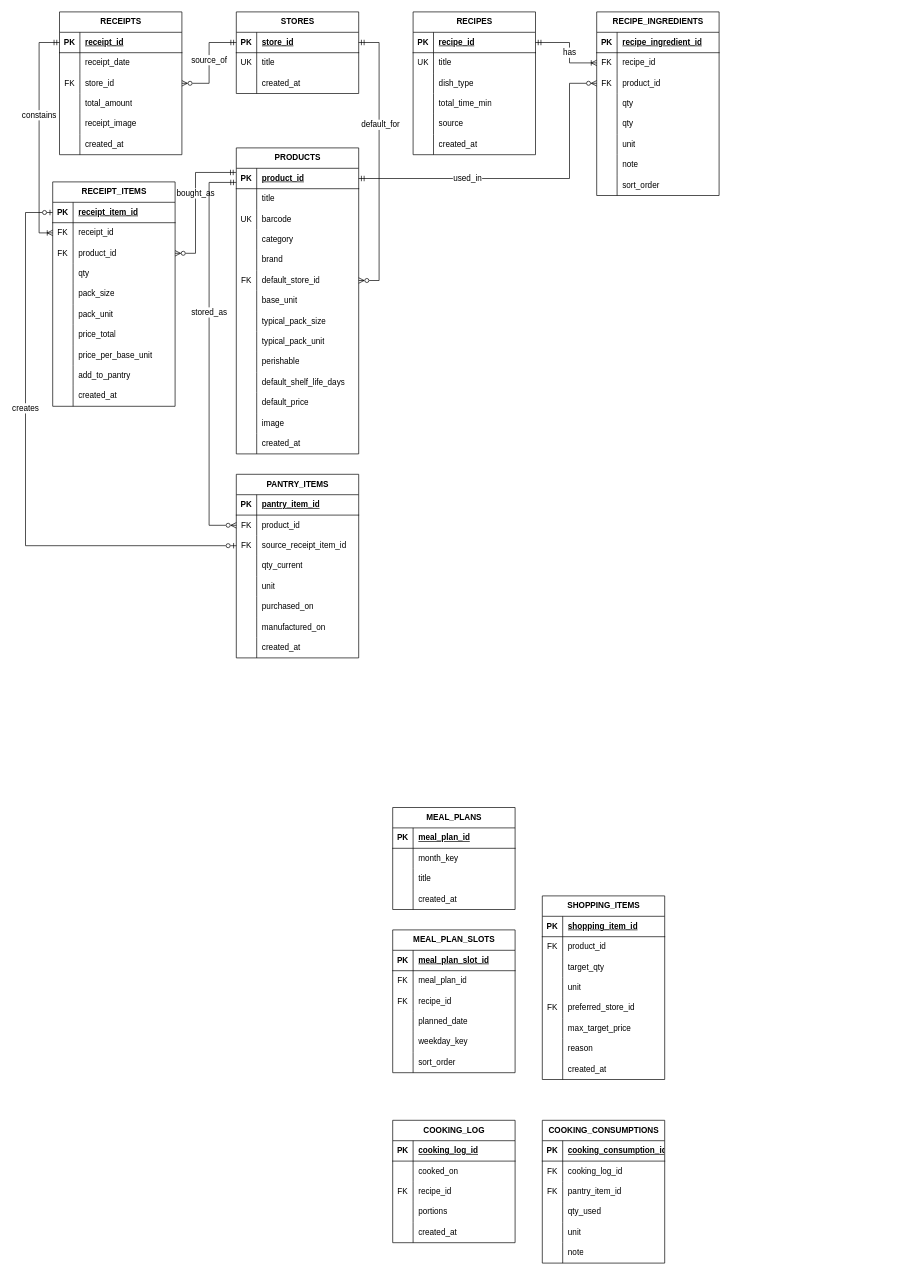
Before: Projects/Еда/Docs/Диаграмма без названия.drawio in smeryse/Knowledge-Base, a draw.io diagram. Source tidied: cells renumbered, new cells numbered last; positions are measured from the earlier drawing's top-left corner, leaving out a move shared by most shapes. Both pictures are drawn from the tidied source at 68%, with x=0, y=0 at pixel (25, 12).
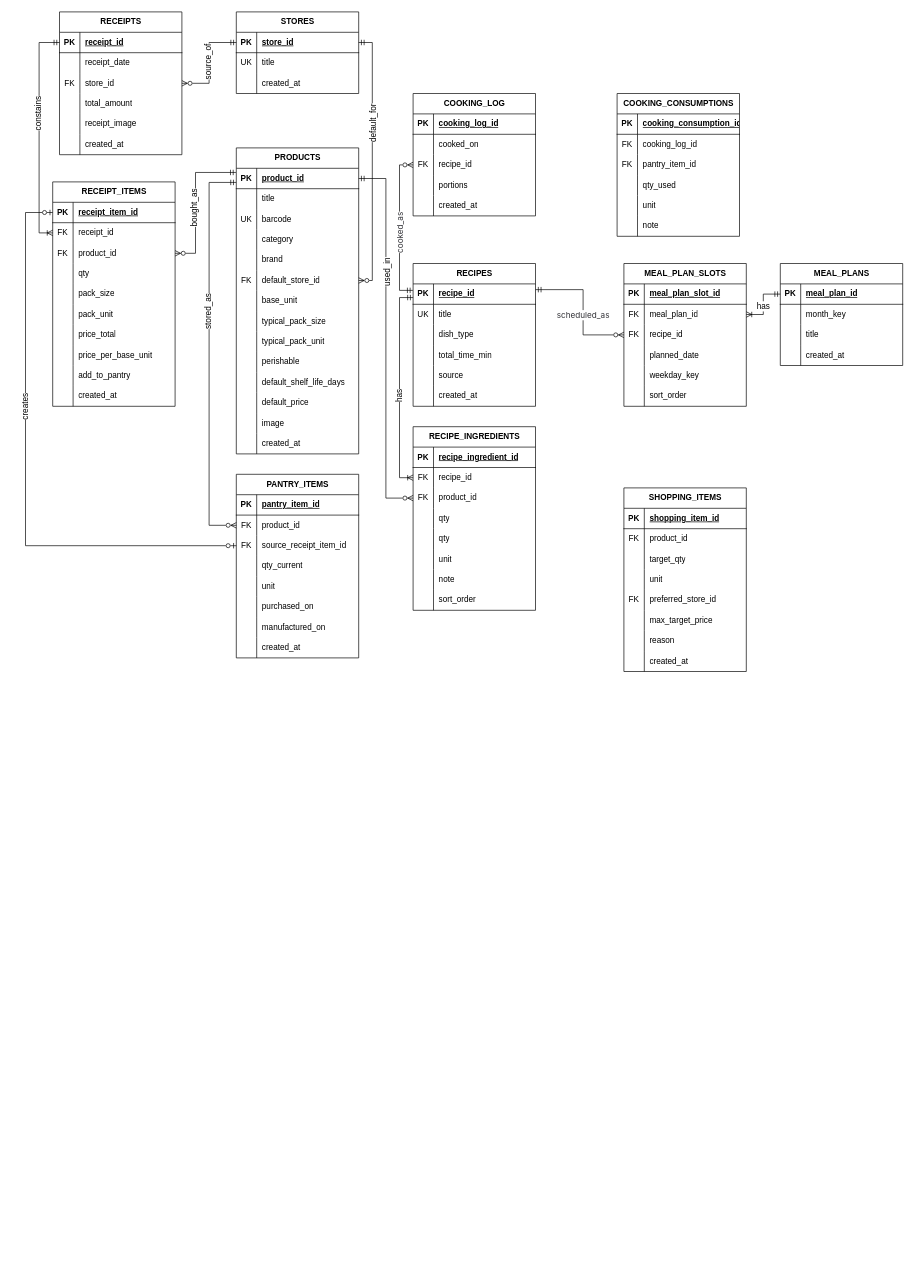
After the change.

Unchanged cells that the change refers to:
```xml
<mxCell id="22" style="shape=tableRow;horizontal=0;startSize=0;swimlaneHead=0;swimlaneBody=0;fillColor=none;points=[[0,0.5],[1,0.5]];portConstraint=eastwest;top=0;left=0;right=0;bottom=1;" parent="21" vertex="1">
  <mxGeometry y="30" width="180" height="30" as="geometry" />
</mxCell>
<mxCell id="44" style="shape=tableRow;horizontal=0;startSize=0;swimlaneHead=0;swimlaneBody=0;fillColor=none;points=[[0,0.5],[1,0.5]];portConstraint=eastwest;top=0;left=0;right=0;bottom=0;" parent="40" vertex="1">
  <mxGeometry y="60" width="180" height="30" as="geometry" />
</mxCell>
<mxCell id="47" style="shape=tableRow;horizontal=0;startSize=0;swimlaneHead=0;swimlaneBody=0;fillColor=none;points=[[0,0.5],[1,0.5]];portConstraint=eastwest;top=0;left=0;right=0;bottom=0;" parent="40" vertex="1">
  <mxGeometry y="90" width="180" height="30" as="geometry" />
</mxCell>
<mxCell id="97" style="shape=tableRow;horizontal=0;startSize=0;swimlaneHead=0;swimlaneBody=0;fillColor=none;points=[[0,0.5],[1,0.5]];portConstraint=eastwest;top=0;left=0;right=0;bottom=1;" parent="96" vertex="1">
  <mxGeometry y="30" width="180" height="30" as="geometry" />
</mxCell>
<mxCell id="107" style="shape=tableRow;horizontal=0;startSize=0;swimlaneHead=0;swimlaneBody=0;fillColor=none;points=[[0,0.5],[1,0.5]];portConstraint=eastwest;top=0;left=0;right=0;bottom=1;" parent="106" vertex="1">
  <mxGeometry y="30" width="180" height="30" as="geometry" />
</mxCell>
<mxCell id="122" style="shape=tableRow;horizontal=0;startSize=0;swimlaneHead=0;swimlaneBody=0;fillColor=none;points=[[0,0.5],[1,0.5]];portConstraint=eastwest;top=0;left=0;right=0;bottom=0;" parent="106" vertex="1">
  <mxGeometry y="180" width="180" height="30" as="geometry" />
</mxCell>
<mxCell id="150" style="shape=tableRow;horizontal=0;startSize=0;swimlaneHead=0;swimlaneBody=0;fillColor=none;points=[[0,0.5],[1,0.5]];portConstraint=eastwest;top=0;left=0;right=0;bottom=1;" parent="149" vertex="1">
  <mxGeometry y="30" width="180" height="30" as="geometry" />
</mxCell>
<mxCell id="166" style="shape=tableRow;horizontal=0;startSize=0;swimlaneHead=0;swimlaneBody=0;fillColor=none;points=[[0,0.5],[1,0.5]];portConstraint=eastwest;top=0;left=0;right=0;bottom=0;" parent="162" vertex="1">
  <mxGeometry y="60" width="180" height="30" as="geometry" />
</mxCell>
<mxCell id="169" style="shape=tableRow;horizontal=0;startSize=0;swimlaneHead=0;swimlaneBody=0;fillColor=none;points=[[0,0.5],[1,0.5]];portConstraint=eastwest;top=0;left=0;right=0;bottom=0;" parent="162" vertex="1">
  <mxGeometry y="90" width="180" height="30" as="geometry" />
</mxCell>
<mxCell id="188" style="shape=tableRow;horizontal=0;startSize=0;swimlaneHead=0;swimlaneBody=0;fillColor=none;points=[[0,0.5],[1,0.5]];portConstraint=eastwest;top=0;left=0;right=0;bottom=0;" parent="181" vertex="1">
  <mxGeometry y="90" width="180" height="30" as="geometry" />
</mxCell>
<mxCell id="241" style="rounded=0;jettySize=auto;html=1;exitX=0;exitY=0.5;exitDx=0;exitDy=0;entryX=1;entryY=0.5;entryDx=0;entryDy=0;endArrow=ERzeroToMany;endFill=0;startArrow=ERmandOne;startFill=0;edgeStyle=elbowEdgeStyle;elbow=horizontal;" parent="1" edge="1" source="97" target="9">
  <mxGeometry relative="1" as="geometry" />
</mxCell>
<mxCell id="249" style="rounded=0;jettySize=auto;html=1;exitX=0;exitY=0.5;exitDx=0;exitDy=0;endArrow=ERoneToMany;endFill=0;startArrow=ERmandOne;startFill=0;edgeStyle=elbowEdgeStyle;elbow=horizontal;strokeWidth=1;jumpSize=6;endSize=6;startSize=6;entryX=0;entryY=0.5;entryDx=0;entryDy=0;" parent="1" edge="1" source="3" target="69">
  <mxGeometry relative="1" as="geometry">
    <Array as="points">
      <mxPoint x="20" y="50" />
    </Array>
  </mxGeometry>
</mxCell>
<mxCell id="251" style="rounded=0;jettySize=auto;html=1;endArrow=ERzeroToMany;endFill=0;startArrow=ERmandOne;startFill=0;edgeStyle=elbowEdgeStyle;elbow=horizontal;strokeWidth=1;jumpSize=6;endSize=6;startSize=6;entryX=1;entryY=0.5;entryDx=0;entryDy=0;exitX=-0.003;exitY=0.204;exitDx=0;exitDy=0;exitPerimeter=0;" parent="1" edge="1" source="107" target="72">
  <mxGeometry relative="1" as="geometry">
    <Array as="points">
      <mxPoint x="250" y="320" />
    </Array>
  </mxGeometry>
</mxCell>
<mxCell id="278" style="rounded=0;jettySize=auto;html=1;entryX=0;entryY=0.5;entryDx=0;entryDy=0;endArrow=ERzeroToMany;endFill=0;startArrow=ERmandOne;startFill=0;edgeStyle=elbowEdgeStyle;elbow=horizontal;exitX=-0.001;exitY=0.693;exitDx=0;exitDy=0;exitPerimeter=0;" parent="1" edge="1" source="107" target="257">
  <mxGeometry relative="1" as="geometry">
    <Array as="points">
      <mxPoint x="270" y="560" />
    </Array>
  </mxGeometry>
</mxCell>
<mxCell id="280" style="rounded=0;jettySize=auto;html=1;exitX=0;exitY=0.5;exitDx=0;exitDy=0;entryX=0;entryY=0.5;entryDx=0;entryDy=0;endArrow=ERzeroToOne;endFill=0;startArrow=ERzeroToOne;startFill=0;edgeStyle=elbowEdgeStyle;elbow=horizontal;" parent="1" edge="1" source="66" target="260">
  <mxGeometry relative="1" as="geometry">
    <Array as="points">
      <mxPoint y="530" />
    </Array>
  </mxGeometry>
</mxCell>
```

Diff of the diagram source:
```diff
@@
     <mxCell id="21" value="RECIPES" style="shape=table;startSize=30;childLayout=tableLayout;rowLines=0;fontStyle=1;align=center;html=1;" parent="1" vertex="1">
-      <mxGeometry x="570" width="180" height="210" as="geometry" />
+      <mxGeometry x="570" y="370" width="180" height="210" as="geometry" />
     </mxCell>
@@
     <mxCell id="40" value="RECIPE_INGREDIENTS" style="shape=table;startSize=30;childLayout=tableLayout;rowLines=0;fontStyle=1;align=center;html=1;" parent="1" vertex="1">
-      <mxGeometry x="840" width="180" height="270" as="geometry" />
+      <mxGeometry x="570" y="610" width="180" height="270" as="geometry" />
     </mxCell>
@@
     <mxCell id="149" value="MEAL_PLANS" style="shape=table;startSize=30;childLayout=tableLayout;rowLines=0;fontStyle=1;align=center;html=1;" parent="1" vertex="1">
-      <mxGeometry x="540" y="1170" width="180" height="150" as="geometry" />
+      <mxGeometry x="1110" y="370" width="180" height="150" as="geometry" />
     </mxCell>
@@
     <mxCell id="162" value="MEAL_PLAN_SLOTS" style="shape=table;startSize=30;childLayout=tableLayout;rowLines=0;fontStyle=1;align=center;html=1;" parent="1" vertex="1">
-      <mxGeometry x="540" y="1350" width="180" height="210" as="geometry" />
+      <mxGeometry x="880" y="370" width="180" height="210" as="geometry" />
     </mxCell>
@@
     <mxCell id="181" value="COOKING_LOG" style="shape=table;startSize=30;childLayout=tableLayout;rowLines=0;fontStyle=1;align=center;html=1;" parent="1" vertex="1">
-      <mxGeometry x="540" y="1630" width="180" height="180" as="geometry" />
+      <mxGeometry x="570" y="120" width="180" height="180" as="geometry" />
     </mxCell>
@@
     <mxCell id="197" value="COOKING_CONSUMPTIONS" style="shape=table;startSize=30;childLayout=tableLayout;rowLines=0;fontStyle=1;align=center;html=1;" parent="1" vertex="1">
-      <mxGeometry x="760" y="1630" width="180" height="210" as="geometry" />
+      <mxGeometry x="870" y="120" width="180" height="210" as="geometry" />
     </mxCell>
@@
     <mxCell id="216" value="SHOPPING_ITEMS" style="shape=table;startSize=30;childLayout=tableLayout;rowLines=0;fontStyle=1;align=center;html=1;" parent="1" vertex="1">
-      <mxGeometry x="760" y="1300" width="180" height="270" as="geometry" />
+      <mxGeometry x="880" y="700" width="180" height="270" as="geometry" />
     </mxCell>
@@
-    <mxCell id="242" value="source_of" style="edgeLabel;html=1;align=center;verticalAlign=middle;fontSize=12;" parent="241" vertex="1">
+    <mxCell id="242" value="source_of" style="edgeLabel;html=1;align=center;verticalAlign=middle;fontSize=12;horizontal=0;" parent="241" vertex="1">
       <mxGeometry x="-0.25" y="-1" relative="1" as="geometry">
-        <mxPoint y="12" as="offset" />
+        <mxPoint y="17" as="offset" />
       </mxGeometry>
     </mxCell>
     <mxCell id="243" style="rounded=0;jettySize=auto;html=1;exitX=1;exitY=0.5;exitDx=0;exitDy=0;endArrow=ERzeroToMany;endFill=0;startArrow=ERmandOne;startFill=0;edgeStyle=elbowEdgeStyle;entryX=1;entryY=0.5;entryDx=0;entryDy=0;" parent="1" edge="1" source="97" target="122">
       <mxGeometry relative="1" as="geometry">
         <Array as="points">
-          <mxPoint x="520" y="220" />
+          <mxPoint x="510" y="220" />
         </Array>
       </mxGeometry>
     </mxCell>
@@
-    <mxCell id="245" value="default_for" style="edgeLabel;html=1;align=center;verticalAlign=middle;rotation=0;fontSize=12;" parent="243" vertex="1">
+    <mxCell id="245" value="default_for" style="edgeLabel;html=1;align=center;verticalAlign=middle;rotation=0;fontSize=12;horizontal=0;" parent="243" vertex="1">
       <mxGeometry x="0.03" y="1" relative="1" as="geometry">
         <mxPoint y="-61" as="offset" />
       </mxGeometry>
     </mxCell>
-    <mxCell id="246" value="has" style="rounded=0;jettySize=auto;html=1;exitX=1;exitY=0.5;exitDx=0;exitDy=0;entryX=0;entryY=0.5;entryDx=0;entryDy=0;endArrow=ERoneToMany;endFill=0;startArrow=ERmandOne;startFill=0;edgeStyle=elbowEdgeStyle;elbow=horizontal;fontSize=12;" parent="1" edge="1" source="22" target="44">
+    <mxCell id="246" value="has" style="rounded=0;jettySize=auto;html=1;entryX=0;entryY=0.5;entryDx=0;entryDy=0;endArrow=ERoneToMany;endFill=0;startArrow=ERmandOne;startFill=0;edgeStyle=elbowEdgeStyle;elbow=horizontal;fontSize=12;exitX=0;exitY=0.669;exitDx=0;exitDy=0;exitPerimeter=0;horizontal=0;" parent="1" edge="1" source="22" target="44">
       <mxGeometry x="0.08" relative="1" as="geometry">
         <Array as="points">
-          <mxPoint x="800" y="60" />
+          <mxPoint x="550" y="550" />
         </Array>
       </mxGeometry>
     </mxCell>
     <mxCell id="247" style="rounded=0;jettySize=auto;html=1;exitX=1;exitY=0.5;exitDx=0;exitDy=0;entryX=0;entryY=0.5;entryDx=0;entryDy=0;endArrow=ERzeroToMany;endFill=0;startArrow=ERmandOne;startFill=0;edgeStyle=elbowEdgeStyle;" parent="1" edge="1" source="107" target="47">
       <mxGeometry relative="1" as="geometry">
         <Array as="points">
-          <mxPoint x="800" y="170" />
+          <mxPoint x="530" y="480" />
         </Array>
       </mxGeometry>
     </mxCell>
-    <mxCell id="248" value="used_in" style="edgeLabel;html=1;align=center;verticalAlign=middle;fontSize=12;" parent="247" vertex="1">
+    <mxCell id="248" value="used_in" style="edgeLabel;html=1;align=center;verticalAlign=middle;fontSize=12;horizontal=0;" parent="247" vertex="1">
       <mxGeometry x="-0.35" y="1" relative="1" as="geometry" />
     </mxCell>
@@
-    <mxCell id="250" value="constains" style="edgeLabel;html=1;align=center;verticalAlign=middle;fontSize=12;" parent="249" vertex="1">
+    <mxCell id="250" value="constains" style="edgeLabel;html=1;align=center;verticalAlign=middle;fontSize=12;horizontal=0;" parent="249" vertex="1">
       <mxGeometry x="-0.25" y="-1" relative="1" as="geometry">
         <mxPoint y="12" as="offset" />
       </mxGeometry>
     </mxCell>
@@
-    <mxCell id="252" value="bought_as" style="edgeLabel;html=1;align=center;verticalAlign=middle;fontSize=12;" parent="251" vertex="1">
+    <mxCell id="252" value="bought_as" style="edgeLabel;html=1;align=center;verticalAlign=middle;fontSize=12;horizontal=0;" parent="251" vertex="1">
       <mxGeometry x="-0.25" y="-1" relative="1" as="geometry">
-        <mxPoint y="12" as="offset" />
+        <mxPoint y="35" as="offset" />
       </mxGeometry>
     </mxCell>
@@
-    <mxCell id="279" value="stored_as" style="edgeLabel;html=1;align=center;verticalAlign=middle;fontSize=12;" parent="278" vertex="1">
+    <mxCell id="279" value="stored_as" style="edgeLabel;html=1;align=center;verticalAlign=middle;fontSize=12;horizontal=0;" parent="278" vertex="1">
       <mxGeometry x="-0.25" y="-1" relative="1" as="geometry">
         <mxPoint y="12" as="offset" />
       </mxGeometry>
     </mxCell>
@@
-    <mxCell id="281" value="creates" style="edgeLabel;html=1;align=center;verticalAlign=middle;fontSize=12;horizontal=1;" parent="280" vertex="1">
+    <mxCell id="281" value="creates" style="edgeLabel;html=1;align=center;verticalAlign=middle;fontSize=12;horizontal=0;" parent="280" vertex="1">
       <mxGeometry x="-0.25" y="-1" relative="1" as="geometry">
         <mxPoint y="12" as="offset" />
       </mxGeometry>
     </mxCell>
+    <mxCell id="282" style="rounded=0;jettySize=auto;html=1;endArrow=ERoneToMany;endFill=0;startArrow=ERmandOne;startFill=0;edgeStyle=elbowEdgeStyle;strokeWidth=1;jumpSize=6;endSize=6;startSize=6;entryX=1;entryY=0.5;entryDx=0;entryDy=0;exitX=0;exitY=0.5;exitDx=0;exitDy=0;" parent="1" edge="1" source="150" target="166">
+      <mxGeometry relative="1" as="geometry" />
+    </mxCell>
+    <mxCell id="283" value="has" style="edgeLabel;html=1;align=center;verticalAlign=middle;fontSize=12;" parent="282" vertex="1">
+      <mxGeometry x="-0.25" y="-1" relative="1" as="geometry">
+        <mxPoint y="12" as="offset" />
+      </mxGeometry>
+    </mxCell>
+    <mxCell id="284" style="rounded=0;jettySize=auto;html=1;entryX=0;entryY=0.5;entryDx=0;entryDy=0;endArrow=ERzeroToMany;endFill=0;startArrow=ERmandOne;startFill=0;edgeStyle=elbowEdgeStyle;exitX=1.001;exitY=0.281;exitDx=0;exitDy=0;exitPerimeter=0;" parent="1" edge="1" source="22" target="169">
+      <mxGeometry relative="1" as="geometry">
+        <Array as="points">
+          <mxPoint x="820" y="450" />
+        </Array>
+      </mxGeometry>
+    </mxCell>
+    <mxCell id="285" value="&lt;span style=&quot;color: rgb(51, 51, 56); font-family: &amp;quot;??&amp;quot;, &amp;quot;Adwaita Sans&amp;quot;, &amp;quot;Adwaita Sans Text&amp;quot;, ui-sans-serif, -apple-system, BlinkMacSystemFont, system-ui, &amp;quot;Segoe UI&amp;quot;, Roboto, Inter, &amp;quot;Apple Color Emoji&amp;quot;, &amp;quot;Segoe UI Emoji&amp;quot;, &amp;quot;Segoe UI Symbol&amp;quot;, sans-serif; text-align: start; caret-color: rgb(51, 51, 56);&quot;&gt;scheduled_as&lt;/span&gt;" style="edgeLabel;html=1;align=center;verticalAlign=middle;fontSize=12;horizontal=1;" parent="284" vertex="1">
+      <mxGeometry x="-0.25" y="-1" relative="1" as="geometry">
+        <mxPoint y="33" as="offset" />
+      </mxGeometry>
+    </mxCell>
+    <mxCell id="286" style="rounded=0;jettySize=auto;html=1;entryX=0;entryY=0.5;entryDx=0;entryDy=0;endArrow=ERzeroToMany;endFill=0;startArrow=ERmandOne;startFill=0;edgeStyle=elbowEdgeStyle;exitX=-0.002;exitY=0.318;exitDx=0;exitDy=0;exitPerimeter=0;" parent="1" edge="1" source="22" target="188">
+      <mxGeometry relative="1" as="geometry">
+        <Array as="points">
+          <mxPoint x="550" y="300" />
+        </Array>
+      </mxGeometry>
+    </mxCell>
+    <mxCell id="287" value="&lt;span style=&quot;color: rgb(51, 51, 56); font-family: &amp;quot;??&amp;quot;, &amp;quot;Adwaita Sans&amp;quot;, &amp;quot;Adwaita Sans Text&amp;quot;, ui-sans-serif, -apple-system, BlinkMacSystemFont, system-ui, &amp;quot;Segoe UI&amp;quot;, Roboto, Inter, &amp;quot;Apple Color Emoji&amp;quot;, &amp;quot;Segoe UI Emoji&amp;quot;, &amp;quot;Segoe UI Symbol&amp;quot;, sans-serif; text-align: start; caret-color: rgb(51, 51, 56);&quot;&gt;cooked_as&lt;/span&gt;" style="edgeLabel;html=1;align=center;verticalAlign=middle;fontSize=12;horizontal=0;" parent="286" vertex="1">
+      <mxGeometry x="-0.25" y="-1" relative="1" as="geometry">
+        <mxPoint y="-19" as="offset" />
+      </mxGeometry>
+    </mxCell>
```
